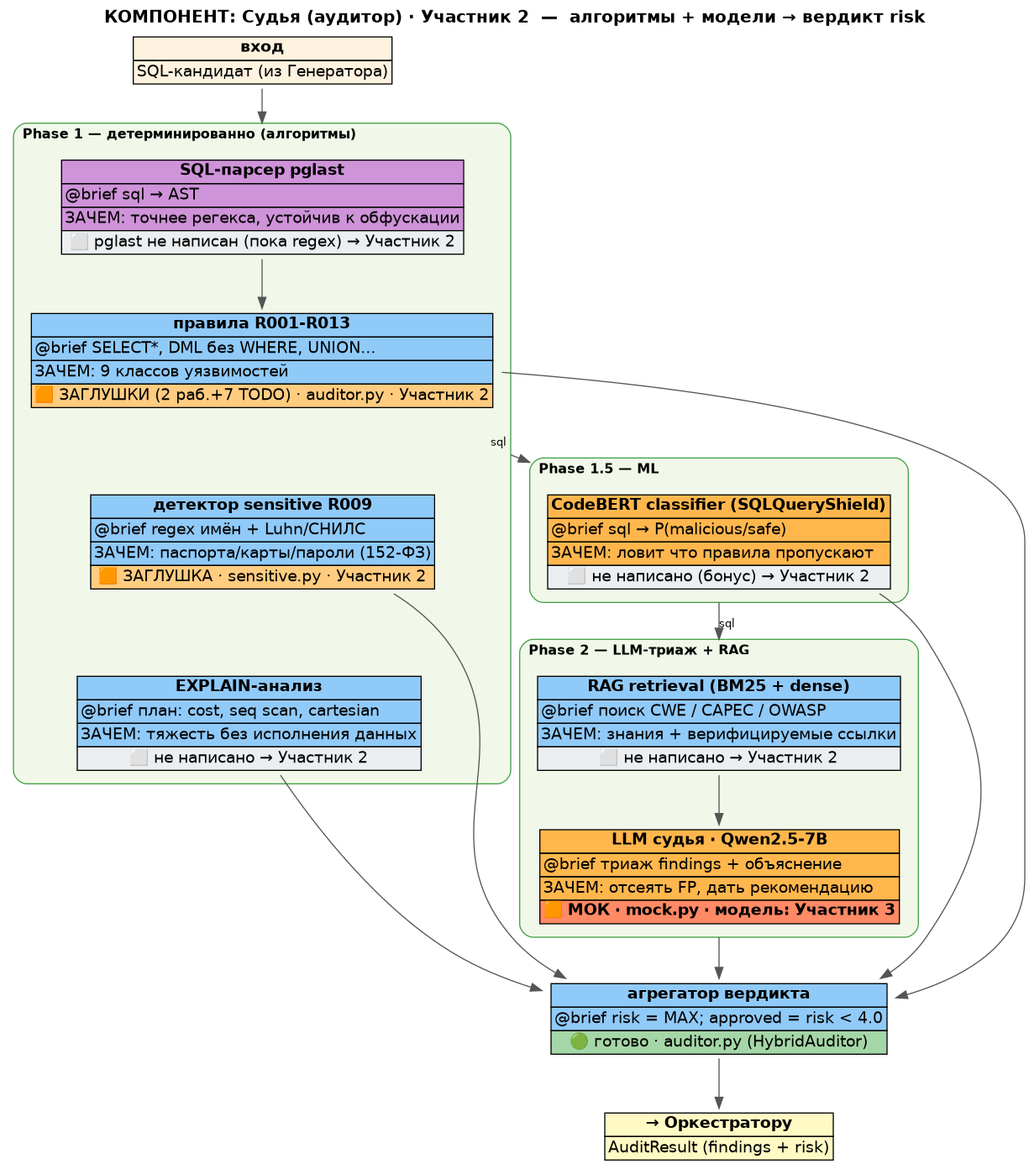
The Graphviz diagram docs/target_judge.png in DementievWoW/practicum2026_case3, before a commit. Its source is kept beside it as docs/target_judge.dot. Its diagram source:
```dot
digraph Judge {
    rankdir=TB;
    compound=true;
    fontname="Helvetica"; bgcolor="white";
    nodesep=0.4; ranksep=0.6;
    node [shape=plaintext, fontname="Helvetica"];
    edge [fontname="Helvetica", fontsize=10, color="#555555"];
    labelloc="t"; fontsize=15; fontname="Helvetica-Bold";
    label="КОМПОНЕНТ: Судья (аудитор) · Участник 2  —  алгоритмы + модели → вердикт risk";

    in [label=<<table border="0" cellborder="1" cellspacing="0" bgcolor="#FFF3E0">
        <tr><td><b>вход</b></td></tr>
        <tr><td align="left">SQL-кандидат (из Генератора)</td></tr></table>>];

    subgraph cluster_p1 {
        label="Phase 1 — детерминированно (алгоритмы)";
        labeljust="l"; fontsize=12; style="rounded,filled"; color="#43A047"; fillcolor="#F1F8E9";
        sql_parser [label=<<table border="0" cellborder="1" cellspacing="0" bgcolor="#CE93D8">
            <tr><td><b>SQL-парсер pglast</b></td></tr>
            <tr><td align="left">@brief sql → AST</td></tr>
            <tr><td align="left">ЗАЧЕМ: точнее регекса, устойчив к обфускации</td></tr>
            <tr><td bgcolor="#ECEFF1">⬜ pglast не написан (пока regex) → Участник 2</td></tr></table>>];
        rules [label=<<table border="0" cellborder="1" cellspacing="0" bgcolor="#90CAF9">
            <tr><td><b>правила R001-R013</b></td></tr>
            <tr><td align="left">@brief SELECT*, DML без WHERE, UNION...</td></tr>
            <tr><td align="left">ЗАЧЕМ: 9 классов уязвимостей</td></tr>
            <tr><td bgcolor="#FFCC80">🟧 ЗАГЛУШКИ (2 раб.+7 TODO) · auditor.py · Участник 2</td></tr></table>>];
        sensitive [label=<<table border="0" cellborder="1" cellspacing="0" bgcolor="#90CAF9">
            <tr><td><b>детектор sensitive R009</b></td></tr>
            <tr><td align="left">@brief regex имён + Luhn/СНИЛС</td></tr>
            <tr><td align="left">ЗАЧЕМ: паспорта/карты/пароли (152-ФЗ)</td></tr>
            <tr><td bgcolor="#FFCC80">🟧 ЗАГЛУШКА · sensitive.py · Участник 2</td></tr></table>>];
        explain [label=<<table border="0" cellborder="1" cellspacing="0" bgcolor="#90CAF9">
            <tr><td><b>EXPLAIN-анализ</b></td></tr>
            <tr><td align="left">@brief план: cost, seq scan, cartesian</td></tr>
            <tr><td align="left">ЗАЧЕМ: тяжесть без исполнения данных</td></tr>
            <tr><td bgcolor="#ECEFF1">⬜ не написано → Участник 2</td></tr></table>>];
        sql_parser -> rules; rules -> sensitive [style=invis]; sensitive -> explain [style=invis];
    }
    subgraph cluster_p15 {
        label="Phase 1.5 — ML";
        labeljust="l"; fontsize=12; style="rounded,filled"; color="#43A047"; fillcolor="#F1F8E9";
        codebert [label=<<table border="0" cellborder="1" cellspacing="0" bgcolor="#FFB74D">
            <tr><td><b>CodeBERT classifier (SQLQueryShield)</b></td></tr>
            <tr><td align="left">@brief sql → P(malicious/safe)</td></tr>
            <tr><td align="left">ЗАЧЕМ: ловит что правила пропускают</td></tr>
            <tr><td bgcolor="#ECEFF1">⬜ не написано (бонус) → Участник 2</td></tr></table>>];
    }
    subgraph cluster_p2 {
        label="Phase 2 — LLM-триаж + RAG";
        labeljust="l"; fontsize=12; style="rounded,filled"; color="#43A047"; fillcolor="#F1F8E9";
        rag [label=<<table border="0" cellborder="1" cellspacing="0" bgcolor="#90CAF9">
            <tr><td><b>RAG retrieval (BM25 + dense)</b></td></tr>
            <tr><td align="left">@brief поиск CWE / CAPEC / OWASP</td></tr>
            <tr><td align="left">ЗАЧЕМ: знания + верифицируемые ссылки</td></tr>
            <tr><td bgcolor="#ECEFF1">⬜ не написано → Участник 2</td></tr></table>>];
        judge_llm [label=<<table border="0" cellborder="1" cellspacing="0" bgcolor="#FFB74D">
            <tr><td><b>LLM судья · Qwen2.5-7B</b></td></tr>
            <tr><td align="left">@brief триаж findings + объяснение</td></tr>
            <tr><td align="left">ЗАЧЕМ: отсеять FP, дать рекомендацию</td></tr>
            <tr><td bgcolor="#FF8A65"><b>🟧 МОК · mock.py · модель: Участник 3</b></td></tr></table>>];
        rag -> judge_llm;
    }
    aggregate [label=<<table border="0" cellborder="1" cellspacing="0" bgcolor="#90CAF9">
        <tr><td><b>агрегатор вердикта</b></td></tr>
        <tr><td align="left">@brief risk = MAX; approved = risk &lt; 4.0</td></tr>
        <tr><td bgcolor="#A5D6A7">🟢 готово · auditor.py (HybridAuditor)</td></tr></table>>];
    out [label=<<table border="0" cellborder="1" cellspacing="0" bgcolor="#FFF9C4">
        <tr><td><b>→ Оркестратору</b></td></tr>
        <tr><td align="left">AuditResult (findings + risk)</td></tr></table>>];

    in -> sql_parser [lhead=cluster_p1];
    rules -> codebert [ltail=cluster_p1, lhead=cluster_p15, label="sql"];
    codebert -> rag [ltail=cluster_p15, lhead=cluster_p2, label="sql"];
    rules -> aggregate; sensitive -> aggregate; explain -> aggregate; codebert -> aggregate;
    judge_llm -> aggregate [ltail=cluster_p2];
    aggregate -> out;
}
```
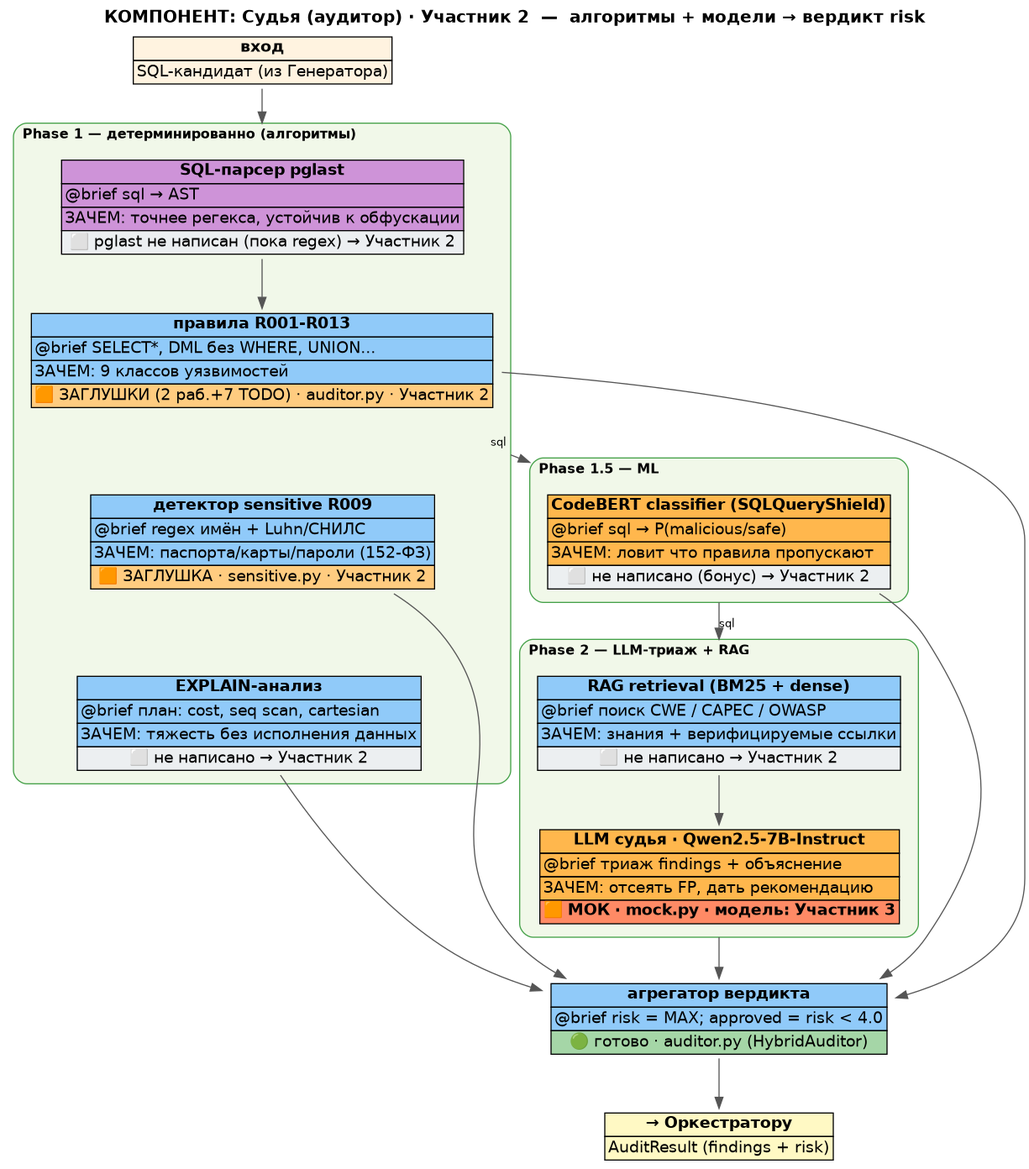
After the commit.

Change to the diagram source:
```diff
@@ -55,7 +55,7 @@
             <tr><td align="left">ЗАЧЕМ: знания + верифицируемые ссылки</td></tr>
             <tr><td bgcolor="#ECEFF1">⬜ не написано → Участник 2</td></tr></table>>];
         judge_llm [label=<<table border="0" cellborder="1" cellspacing="0" bgcolor="#FFB74D">
-            <tr><td><b>LLM судья · Qwen2.5-7B</b></td></tr>
+            <tr><td><b>LLM судья · Qwen2.5-7B-Instruct</b></td></tr>
             <tr><td align="left">@brief триаж findings + объяснение</td></tr>
             <tr><td align="left">ЗАЧЕМ: отсеять FP, дать рекомендацию</td></tr>
             <tr><td bgcolor="#FF8A65"><b>🟧 МОК · mock.py · модель: Участник 3</b></td></tr></table>>];
```
